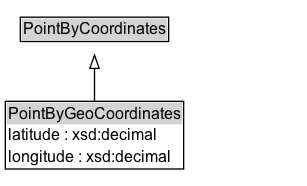
The Graphviz diagram docs/diagrams/PointByGeoCoordinates.dot.png in ISO-TC204/ontology-its-location-v1, before a commit. Its source is kept beside it as docs/diagrams/PointByGeoCoordinates.dot.
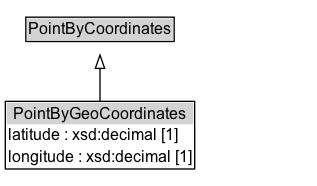
Above is the later version.

The edit, as a diff of the source:
```diff
@@ -6,7 +6,7 @@
 		rank=source
 		PointByCoordinates [label=<<TABLE BORDER="1" CELLBORDER="0" CELLSPACING="0" CELLPADDING="1"><TR><TD BGCOLOR="lightgray" ALIGN="CENTER">PointByCoordinates</TD></TR></TABLE>> URL="../PointByCoordinates" margin=0]
 	}
-	PointByGeoCoordinates [label=<<TABLE BORDER="1" CELLBORDER="0" CELLSPACING="0" CELLPADDING="1"><TR><TD BGCOLOR="lightgray" ALIGN="CENTER">PointByGeoCoordinates</TD></TR><TR><TD ALIGN="LEFT">latitude : xsd:decimal</TD></TR><TR><TD ALIGN="LEFT">longitude : xsd:decimal</TD></TR></TABLE>> URL="../PointByGeoCoordinates" margin=0]
+	PointByGeoCoordinates [label=<<TABLE BORDER="1" CELLBORDER="0" CELLSPACING="0" CELLPADDING="1"><TR><TD BGCOLOR="lightgray" ALIGN="CENTER">PointByGeoCoordinates</TD></TR><TR><TD ALIGN="LEFT">latitude : xsd:decimal [1]</TD></TR><TR><TD ALIGN="LEFT">longitude : xsd:decimal [1]</TD></TR></TABLE>> URL="../PointByGeoCoordinates" margin=0]
 	{
 		rank=max
 	}
```
